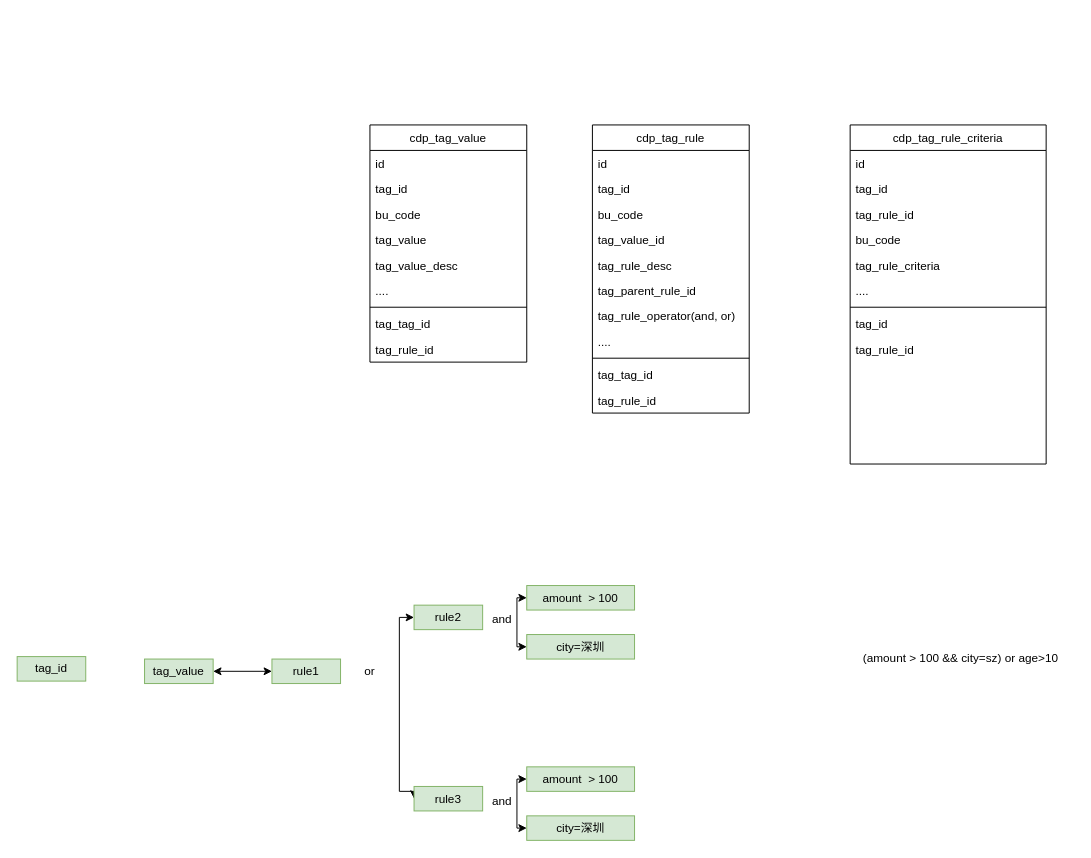
The draw.io diagram techlab/cdp_model_tmp.drawio in qiufang1314/drawio, before the edit. Source tidied: cells renumbered, new cells numbered last; positions are measured from the earlier drawing's top-left corner, leaving out a move shared by most shapes. Both pictures are drawn from the tidied source at 98%, with x=0, y=0 at pixel (17, 124).
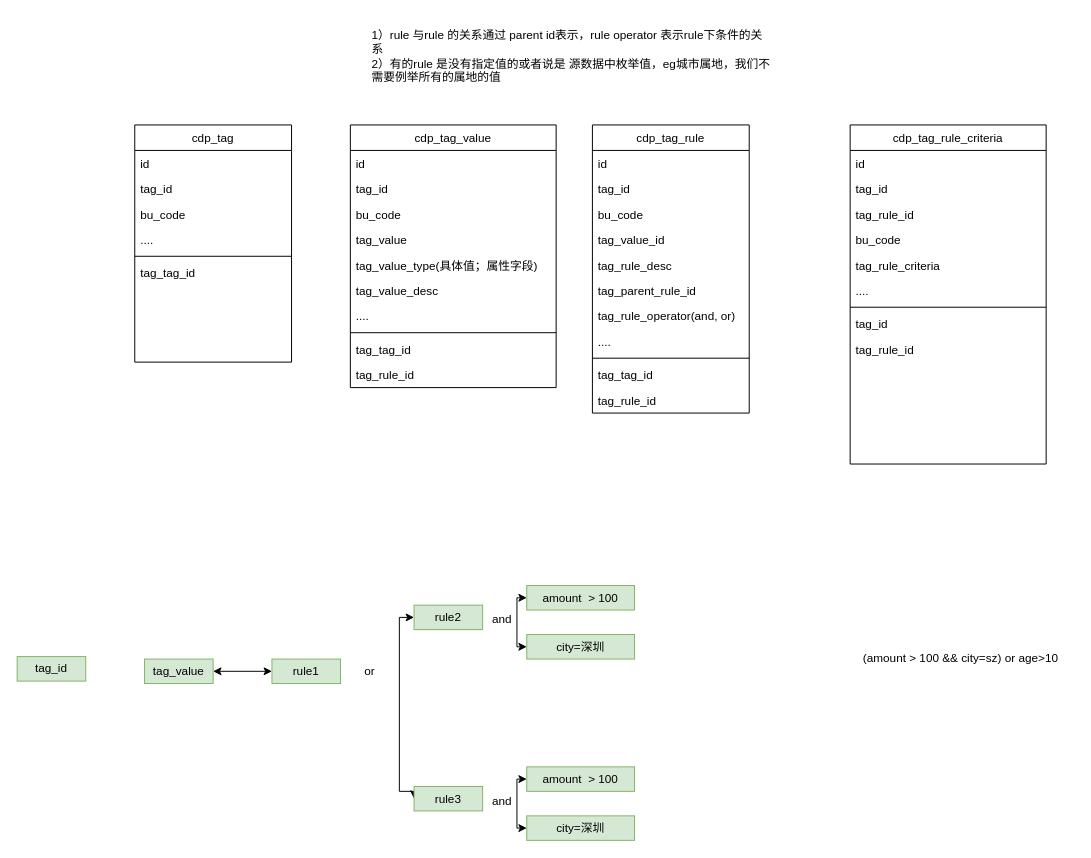
The same diagram, later.

Diff of the diagram source:
```diff
@@
     <mxCell id="24" value="cdp_tag_value" style="swimlane;fontStyle=0;align=center;verticalAlign=top;horizontal=1;startSize=26;rounded=0;shadow=0;strokeWidth=1;" parent="1" vertex="1">
-      <mxGeometry x="360" width="160" height="242" as="geometry" />
+      <mxGeometry x="340" width="210" height="268" as="geometry" />
     </mxCell>
     <mxCell id="25" value="id" style="text;align=left;verticalAlign=top;spacingLeft=4;spacingRight=4;overflow=hidden;rounded=0;shadow=0;html=0;" parent="24" vertex="1">
-      <mxGeometry y="26" width="160" height="26" as="geometry" />
+      <mxGeometry y="26" width="210" height="26" as="geometry" />
     </mxCell>
     <mxCell id="26" value="tag_id" style="text;align=left;verticalAlign=top;spacingLeft=4;spacingRight=4;overflow=hidden;rounded=0;shadow=0;html=0;" parent="24" vertex="1">
-      <mxGeometry y="52" width="160" height="26" as="geometry" />
+      <mxGeometry y="52" width="210" height="26" as="geometry" />
     </mxCell>
     <mxCell id="27" value="bu_code" style="text;align=left;verticalAlign=top;spacingLeft=4;spacingRight=4;overflow=hidden;rounded=0;shadow=0;html=0;" parent="24" vertex="1">
-      <mxGeometry y="78" width="160" height="26" as="geometry" />
+      <mxGeometry y="78" width="210" height="26" as="geometry" />
     </mxCell>
     <mxCell id="28" value="tag_value" style="text;align=left;verticalAlign=top;spacingLeft=4;spacingRight=4;overflow=hidden;rounded=0;shadow=0;html=0;" parent="24" vertex="1">
-      <mxGeometry y="104" width="160" height="26" as="geometry" />
+      <mxGeometry y="104" width="210" height="26" as="geometry" />
     </mxCell>
+    <mxCell id="52" value="tag_value_type(具体值；属性字段)" style="text;align=left;verticalAlign=top;spacingLeft=4;spacingRight=4;overflow=hidden;rounded=0;shadow=0;html=0;" parent="24" vertex="1">
+      <mxGeometry y="130" width="210" height="26" as="geometry" />
+    </mxCell>
     <mxCell id="29" value="tag_value_desc" style="text;align=left;verticalAlign=top;spacingLeft=4;spacingRight=4;overflow=hidden;rounded=0;shadow=0;html=0;" parent="24" vertex="1">
-      <mxGeometry y="130" width="160" height="26" as="geometry" />
+      <mxGeometry y="156" width="210" height="26" as="geometry" />
     </mxCell>
     <mxCell id="30" value="...." style="text;align=left;verticalAlign=top;spacingLeft=4;spacingRight=4;overflow=hidden;rounded=0;shadow=0;html=0;" parent="24" vertex="1">
-      <mxGeometry y="156" width="160" height="26" as="geometry" />
+      <mxGeometry y="182" width="210" height="26" as="geometry" />
     </mxCell>
     <mxCell id="31" style="line;html=1;strokeWidth=1;align=left;verticalAlign=middle;spacingTop=-1;spacingLeft=3;spacingRight=3;labelPosition=right;" parent="24" vertex="1">
-      <mxGeometry y="182" width="160" height="8" as="geometry" />
+      <mxGeometry y="208" width="210" height="8" as="geometry" />
     </mxCell>
     <mxCell id="32" value="tag_tag_id" style="text;align=left;verticalAlign=top;spacingLeft=4;spacingRight=4;overflow=hidden;" parent="24" vertex="1">
-      <mxGeometry y="190" width="160" height="26" as="geometry" />
+      <mxGeometry y="216" width="210" height="26" as="geometry" />
     </mxCell>
     <mxCell id="33" value="tag_rule_id" style="text;align=left;verticalAlign=top;spacingLeft=4;spacingRight=4;overflow=hidden;" parent="24" vertex="1">
-      <mxGeometry y="216" width="160" height="26" as="geometry" />
+      <mxGeometry y="242" width="210" height="26" as="geometry" />
     </mxCell>
@@
+    <mxCell id="53" value="1）rule 与rule 的关系通过 parent id表示，rule operator 表示rule下条件的关系&lt;br&gt;2）有的rule 是没有指定值的或者说是 源数据中枚举值，eg城市属地，我们不需要例举所有的属地的值" style="text;html=1;strokeColor=none;fillColor=none;align=left;verticalAlign=middle;whiteSpace=wrap;rounded=0;" parent="1" vertex="1">
+      <mxGeometry x="360" y="-110" width="410" height="80" as="geometry" />
+    </mxCell>
+    <mxCell id="54" value="cdp_tag" style="swimlane;fontStyle=0;align=center;verticalAlign=top;horizontal=1;startSize=26;rounded=0;shadow=0;strokeWidth=1;" parent="1" vertex="1">
+      <mxGeometry x="120" width="160" height="242" as="geometry" />
+    </mxCell>
+    <mxCell id="55" value="id" style="text;align=left;verticalAlign=top;spacingLeft=4;spacingRight=4;overflow=hidden;rounded=0;shadow=0;html=0;" parent="54" vertex="1">
+      <mxGeometry y="26" width="160" height="26" as="geometry" />
+    </mxCell>
+    <mxCell id="56" value="tag_id" style="text;align=left;verticalAlign=top;spacingLeft=4;spacingRight=4;overflow=hidden;rounded=0;shadow=0;html=0;" parent="54" vertex="1">
+      <mxGeometry y="52" width="160" height="26" as="geometry" />
+    </mxCell>
+    <mxCell id="57" value="bu_code" style="text;align=left;verticalAlign=top;spacingLeft=4;spacingRight=4;overflow=hidden;rounded=0;shadow=0;html=0;" parent="54" vertex="1">
+      <mxGeometry y="78" width="160" height="26" as="geometry" />
+    </mxCell>
+    <mxCell id="58" value="...." style="text;align=left;verticalAlign=top;spacingLeft=4;spacingRight=4;overflow=hidden;rounded=0;shadow=0;html=0;" parent="54" vertex="1">
+      <mxGeometry y="104" width="160" height="26" as="geometry" />
+    </mxCell>
+    <mxCell id="59" style="line;html=1;strokeWidth=1;align=left;verticalAlign=middle;spacingTop=-1;spacingLeft=3;spacingRight=3;labelPosition=right;" parent="54" vertex="1">
+      <mxGeometry y="130" width="160" height="8" as="geometry" />
+    </mxCell>
+    <mxCell id="60" value="tag_tag_id" style="text;align=left;verticalAlign=top;spacingLeft=4;spacingRight=4;overflow=hidden;" parent="54" vertex="1">
+      <mxGeometry y="138" width="160" height="26" as="geometry" />
+    </mxCell>
```
